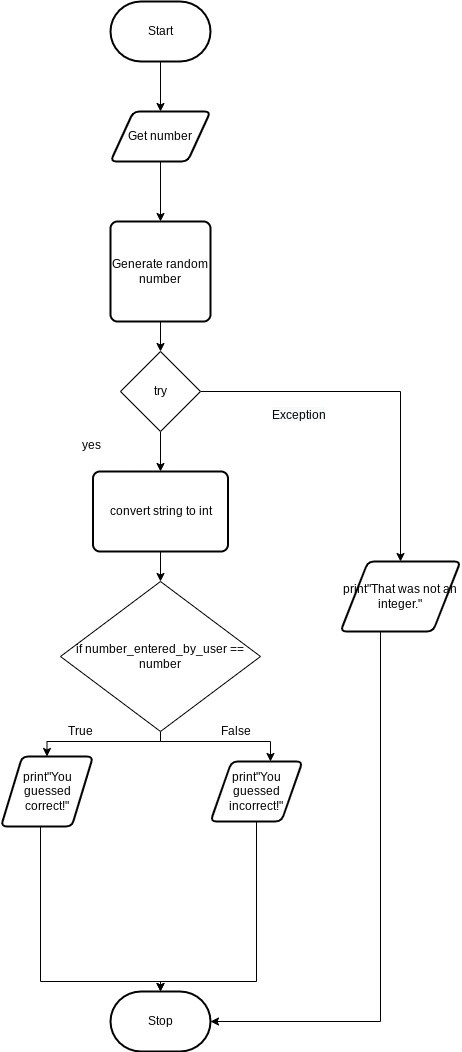
This is flowchart.png from michael-clermont1/ICS3U-Unit3-06-Python, a draw.io export, as it was before one commit. Source tidied: cells renumbered, new cells last; positions are measured from the earlier drawing's top-left corner, leaving out a move shared by most shapes.
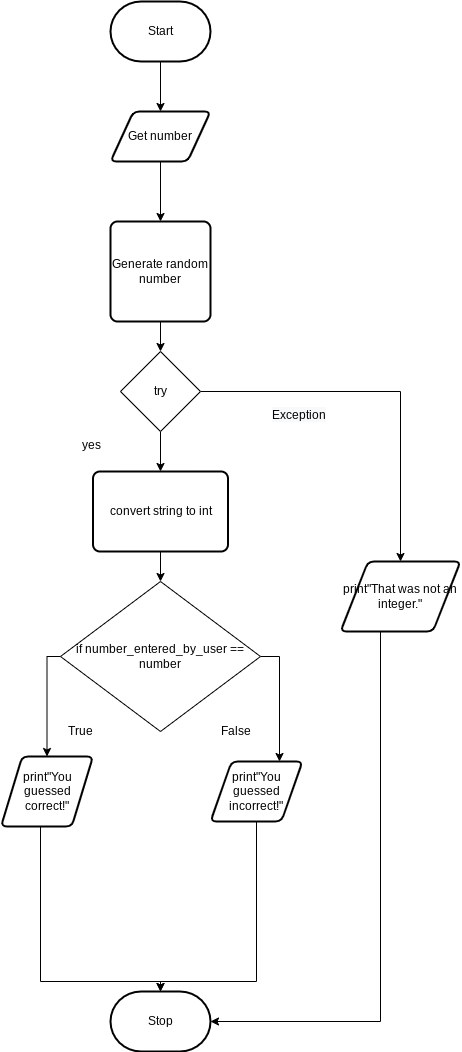
The same diagram one commit later.

The edit, as a diff of the source:
```diff
@@ -39,19 +39,17 @@
     <mxCell id="10" value="print&quot;You guessed incorrect!&quot;" style="shape=parallelogram;html=1;strokeWidth=2;perimeter=parallelogramPerimeter;whiteSpace=wrap;rounded=1;arcSize=12;size=0.23;" parent="1" vertex="1">
       <mxGeometry x="210" y="760" width="92" height="60" as="geometry" />
     </mxCell>
-    <mxCell id="11" style="edgeStyle=orthogonalEdgeStyle;rounded=0;html=1;entryX=0.5;entryY=0;entryDx=0;entryDy=0;" parent="1" edge="1" source="13" target="8">
+    <mxCell id="11" style="edgeStyle=orthogonalEdgeStyle;html=1;entryX=0.5;entryY=0;entryDx=0;entryDy=0;rounded=0;" parent="1" edge="1" source="13" target="8">
       <mxGeometry relative="1" as="geometry">
         <Array as="points">
-          <mxPoint x="160" y="740" />
-          <mxPoint x="47" y="740" />
+          <mxPoint x="47" y="655" />
         </Array>
       </mxGeometry>
     </mxCell>
-    <mxCell id="12" style="edgeStyle=orthogonalEdgeStyle;rounded=0;html=1;entryX=0.652;entryY=0;entryDx=0;entryDy=0;entryPerimeter=0;" parent="1" edge="1" source="13" target="10">
+    <mxCell id="12" style="edgeStyle=orthogonalEdgeStyle;rounded=0;html=1;entryX=0.75;entryY=0;entryDx=0;entryDy=0;" parent="1" edge="1" source="13" target="10">
       <mxGeometry relative="1" as="geometry">
         <Array as="points">
-          <mxPoint x="160" y="740" />
-          <mxPoint x="270" y="740" />
+          <mxPoint x="279" y="655" />
         </Array>
       </mxGeometry>
     </mxCell>
```
